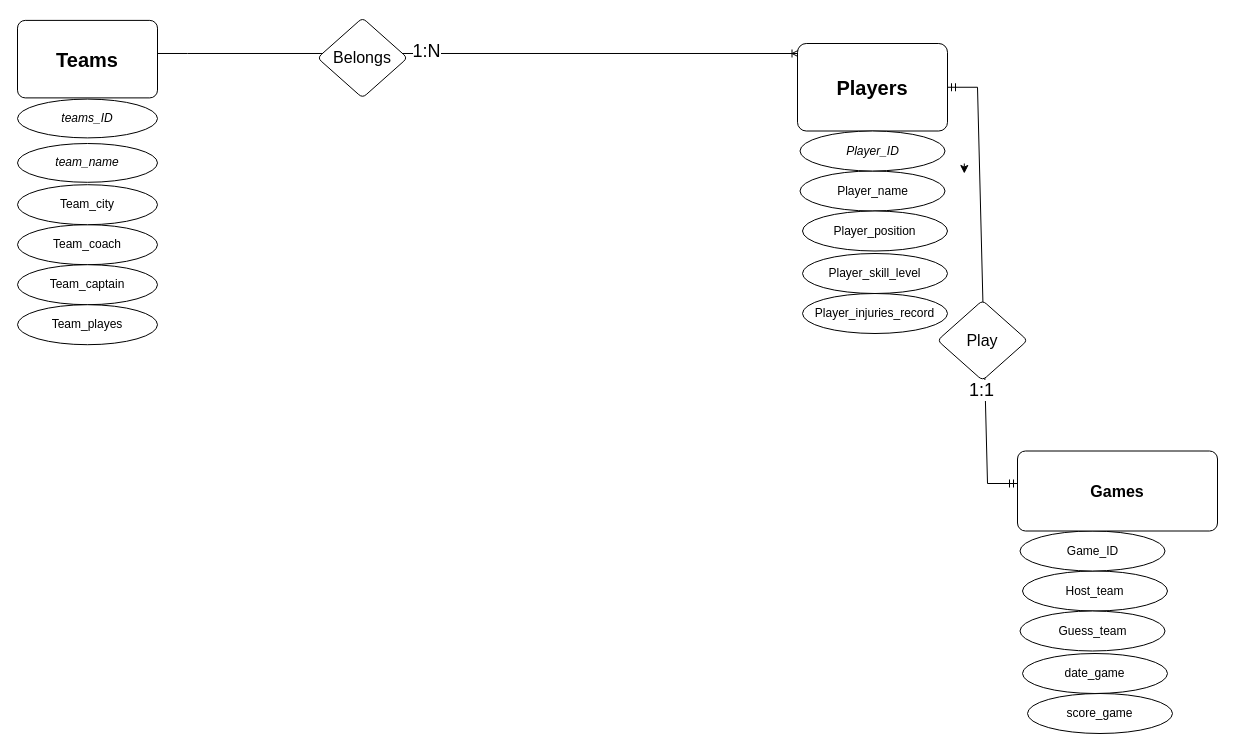
Earlier version of the draw.io diagram Untitled Diagram.drawio (PriFlores/HR-Database). Source tidied: cells renumbered, new cells numbered last; positions are measured from the earlier drawing's top-left corner, leaving out a move shared by most shapes. Both pictures are drawn from the tidied source at 100%, with x=0, y=0 at pixel (17, 17).
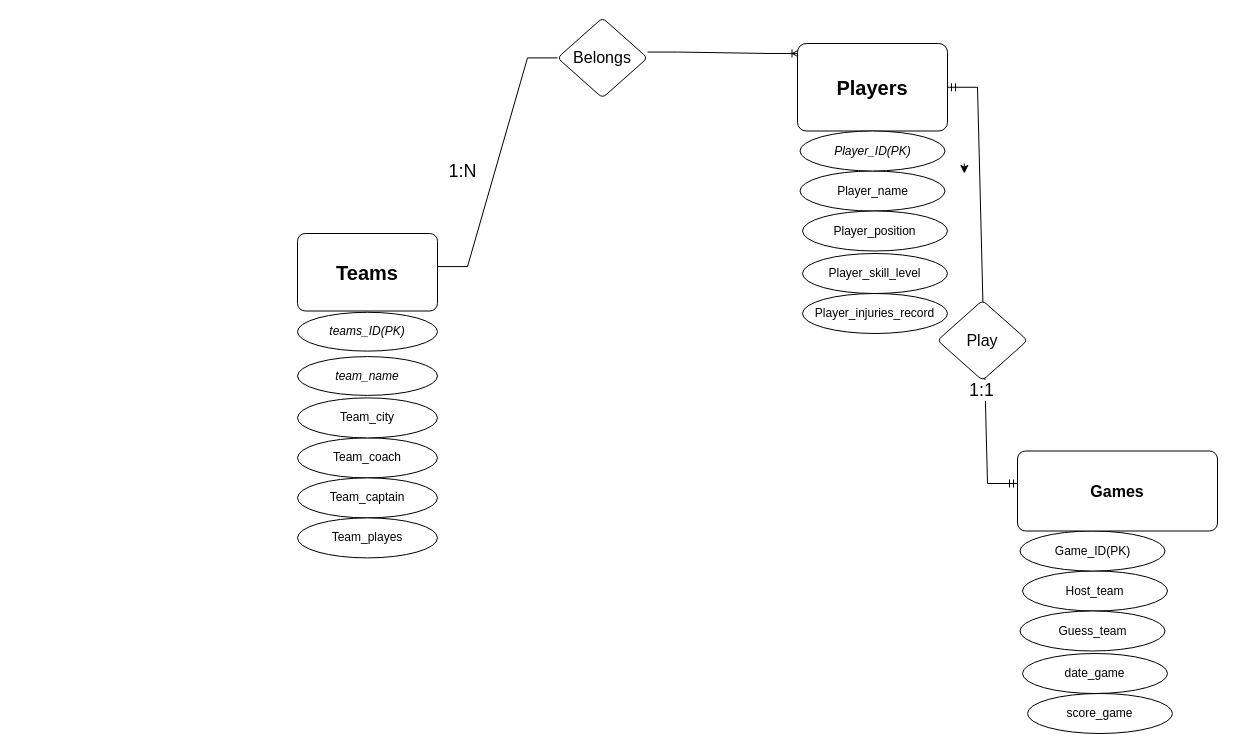
After the change.

What changed in the source:
```diff
@@
-    <mxCell id="2" style="edgeStyle=entityRelationEdgeStyle;fontSize=12;html=1;endArrow=ERoneToMany;rounded=0;fontColor=none;exitX=1;exitY=0.427;exitDx=0;exitDy=0;exitPerimeter=0;" parent="1" edge="1" source="5">
+    <mxCell id="2" style="edgeStyle=entityRelationEdgeStyle;fontSize=12;html=1;endArrow=ERoneToMany;rounded=0;fontColor=none;exitX=1;exitY=0.427;exitDx=0;exitDy=0;exitPerimeter=0;startArrow=none;" parent="1" edge="1" source="23">
       <mxGeometry relative="1" as="geometry">
         <mxPoint x="782.5" y="36" as="targetPoint" />
       </mxGeometry>
     </mxCell>
-    <mxCell id="3" value="1:N" style="edgeLabel;html=1;align=center;verticalAlign=middle;fontSize=18;fontColor=none;" parent="2" vertex="1">
-      <mxGeometry x="-0.07" y="2" relative="1" as="geometry">
-        <mxPoint x="-31" as="offset" />
-      </mxGeometry>
-    </mxCell>
@@
     <mxCell id="5" value="&lt;b&gt;&lt;font style=&quot;font-size: 20px&quot;&gt;Teams&lt;/font&gt;&lt;/b&gt;" style="rounded=1;arcSize=10;whiteSpace=wrap;html=1;align=center;" parent="1" vertex="1">
-      <mxGeometry y="2.9" width="140" height="77.5" as="geometry" />
+      <mxGeometry x="280" y="216" width="140" height="77.5" as="geometry" />
     </mxCell>
     <mxCell id="6" value="&lt;i&gt;team_name&lt;/i&gt;" style="ellipse;whiteSpace=wrap;html=1;align=center;" parent="1" vertex="1">
-      <mxGeometry y="126" width="140" height="38.8" as="geometry" />
+      <mxGeometry x="280" y="339.1" width="140" height="38.8" as="geometry" />
     </mxCell>
     <mxCell id="7" value="Team_coach" style="ellipse;whiteSpace=wrap;html=1;align=center;" parent="1" vertex="1">
-      <mxGeometry y="207.2" width="140" height="40" as="geometry" />
+      <mxGeometry x="280" y="420.4" width="140" height="40" as="geometry" />
     </mxCell>
     <mxCell id="8" value="Team_city" style="ellipse;whiteSpace=wrap;html=1;align=center;" parent="1" vertex="1">
-      <mxGeometry y="167.2" width="140" height="40" as="geometry" />
+      <mxGeometry x="280" y="380.4" width="140" height="40" as="geometry" />
     </mxCell>
     <mxCell id="9" value="Team_captain" style="ellipse;whiteSpace=wrap;html=1;align=center;" parent="1" vertex="1">
-      <mxGeometry y="247.2" width="140" height="40" as="geometry" />
+      <mxGeometry x="280" y="460.4" width="140" height="40" as="geometry" />
     </mxCell>
     <mxCell id="10" value="Team_playes" style="ellipse;whiteSpace=wrap;html=1;align=center;" parent="1" vertex="1">
-      <mxGeometry y="287.2" width="140" height="40" as="geometry" />
+      <mxGeometry x="280" y="500.4" width="140" height="40" as="geometry" />
     </mxCell>
@@
-    <mxCell id="12" value="Game_ID" style="ellipse;whiteSpace=wrap;html=1;align=center;" parent="1" vertex="1">
+    <mxCell id="12" value="Game_ID(PK)" style="ellipse;whiteSpace=wrap;html=1;align=center;" parent="1" vertex="1">
       <mxGeometry x="1002.5" y="513.5" width="145" height="40" as="geometry" />
     </mxCell>
@@
-    <mxCell id="17" value="&lt;i&gt;Player_ID&lt;/i&gt;" style="ellipse;whiteSpace=wrap;html=1;align=center;" parent="1" vertex="1">
+    <mxCell id="17" value="&lt;i&gt;Player_ID(PK)&lt;/i&gt;" style="ellipse;whiteSpace=wrap;html=1;align=center;" parent="1" vertex="1">
       <mxGeometry x="782.5" y="113.5" width="145" height="40" as="geometry" />
     </mxCell>
@@
-    <mxCell id="23" value="&lt;font style=&quot;font-size: 16px&quot;&gt;Belongs&lt;/font&gt;" style="rhombus;whiteSpace=wrap;html=1;rounded=1;arcSize=10;" parent="1" vertex="1">
-      <mxGeometry x="300" y="0.4" width="90" height="80" as="geometry" />
-    </mxCell>
-    <mxCell id="24" value="&lt;i&gt;teams_ID&lt;/i&gt;" style="ellipse;whiteSpace=wrap;html=1;align=center;" parent="1" vertex="1">
-      <mxGeometry y="81.6" width="140" height="38.8" as="geometry" />
+    <mxCell id="24" value="&lt;i&gt;teams_ID(PK)&lt;/i&gt;" style="ellipse;whiteSpace=wrap;html=1;align=center;" parent="1" vertex="1">
+      <mxGeometry x="280" y="294.8" width="140" height="38.8" as="geometry" />
     </mxCell>
@@
+    <mxCell id="23" value="&lt;font style=&quot;font-size: 16px&quot;&gt;Belongs&lt;/font&gt;" style="rhombus;whiteSpace=wrap;html=1;rounded=1;arcSize=10;" parent="1" vertex="1">
+      <mxGeometry x="540" y="0.4" width="90" height="80" as="geometry" />
+    </mxCell>
+    <mxCell id="29" style="edgeStyle=entityRelationEdgeStyle;fontSize=12;html=1;endArrow=none;rounded=0;fontColor=none;exitX=1;exitY=0.427;exitDx=0;exitDy=0;exitPerimeter=0;" parent="1" edge="1" source="5" target="23">
+      <mxGeometry relative="1" as="geometry" />
+    </mxCell>
+    <mxCell id="3" value="1:N" style="edgeLabel;html=1;align=center;verticalAlign=middle;fontSize=18;fontColor=none;" parent="29" vertex="1">
+      <mxGeometry x="-0.07" y="2" relative="1" as="geometry">
+        <mxPoint x="-31" as="offset" />
+      </mxGeometry>
+    </mxCell>
```
